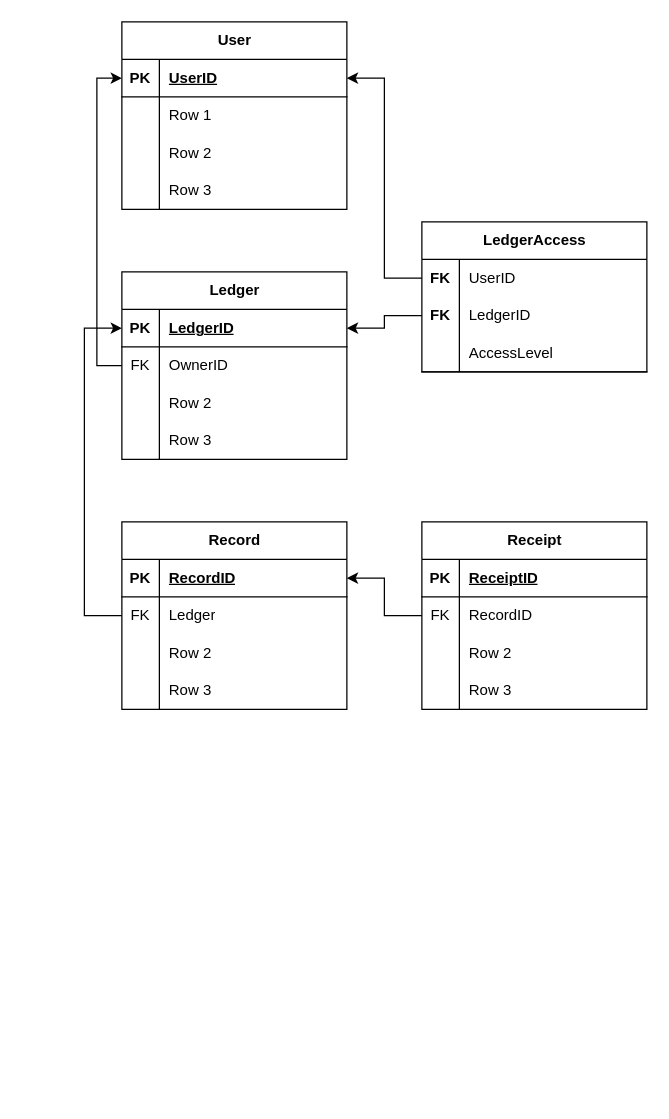
Above: page "ER-diagram" (3 of 3) of document/未命名绘图.drawio in ntnu-OOAD/OOAD_project_backend (draw.io), before the change. Source tidied: cells renumbered, new cells numbered last; positions are measured from the earlier drawing's top-left corner, leaving out a move shared by most shapes. Both pictures are drawn from the tidied source at 125%, with x=0, y=0 at pixel (84, 21).
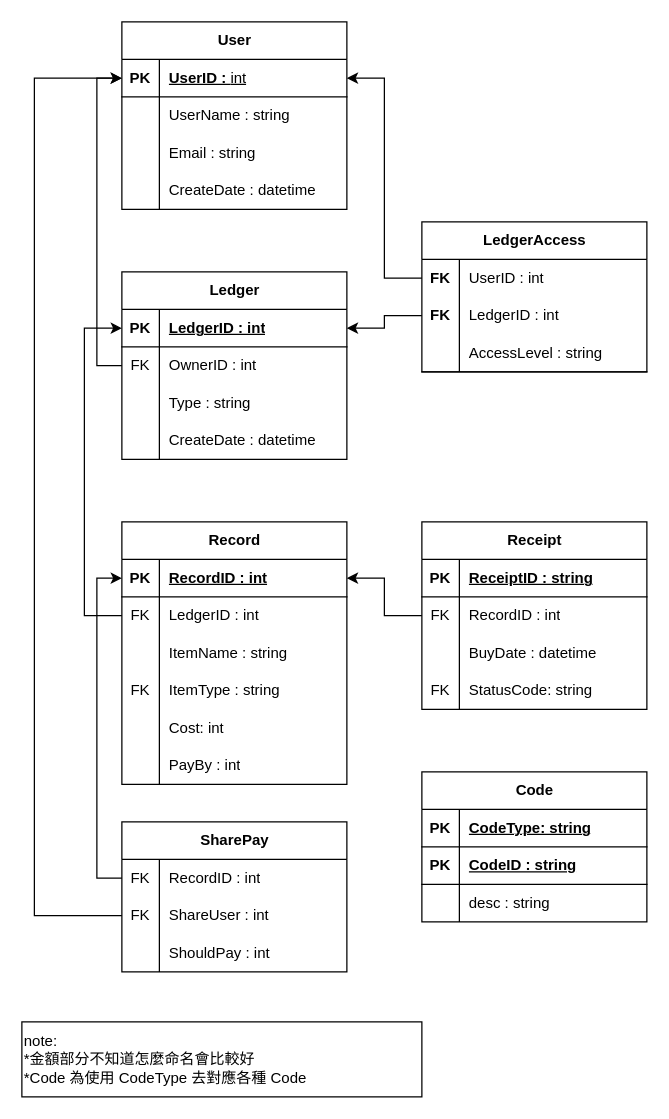
The same page after the edit.

Commit message:
doc: ERD Table新增& Table欄位屬性

The change refers to these unchanged cells:
```xml
<mxCell id="4" style="shape=tableRow;horizontal=0;startSize=0;swimlaneHead=0;swimlaneBody=0;fillColor=none;top=0;left=0;right=0;bottom=1;" parent="3" vertex="1">
  <mxGeometry y="30" width="180" height="30" as="geometry" />
</mxCell>
<mxCell id="7" style="shape=tableRow;horizontal=0;startSize=0;swimlaneHead=0;swimlaneBody=0;fillColor=none;top=0;left=0;right=0;bottom=0;" parent="3" vertex="1">
  <mxGeometry y="60" width="180" height="30" as="geometry" />
</mxCell>
<mxCell id="10" style="shape=tableRow;horizontal=0;startSize=0;swimlaneHead=0;swimlaneBody=0;fillColor=none;top=0;left=0;right=0;bottom=0;" parent="3" vertex="1">
  <mxGeometry y="90" width="180" height="30" as="geometry" />
</mxCell>
<mxCell id="13" style="shape=tableRow;horizontal=0;startSize=0;swimlaneHead=0;swimlaneBody=0;fillColor=none;top=0;left=0;right=0;bottom=0;" parent="3" vertex="1">
  <mxGeometry y="120" width="180" height="30" as="geometry" />
</mxCell>
<mxCell id="17" style="shape=tableRow;horizontal=0;startSize=0;swimlaneHead=0;swimlaneBody=0;fillColor=none;points=[[0,0.5],[1,0.5]];portConstraint=eastwest;top=0;left=0;right=0;bottom=1;" parent="16" vertex="1">
  <mxGeometry y="30" width="180" height="30" as="geometry" />
</mxCell>
<mxCell id="20" style="shape=tableRow;horizontal=0;startSize=0;swimlaneHead=0;swimlaneBody=0;fillColor=none;points=[[0,0.5],[1,0.5]];portConstraint=eastwest;top=0;left=0;right=0;bottom=0;" parent="16" vertex="1">
  <mxGeometry y="60" width="180" height="30" as="geometry" />
</mxCell>
<mxCell id="23" style="shape=tableRow;horizontal=0;startSize=0;swimlaneHead=0;swimlaneBody=0;fillColor=none;top=0;left=0;right=0;bottom=0;" parent="16" vertex="1">
  <mxGeometry y="90" width="180" height="30" as="geometry" />
</mxCell>
<mxCell id="26" style="shape=tableRow;horizontal=0;startSize=0;swimlaneHead=0;swimlaneBody=0;fillColor=none;top=0;left=0;right=0;bottom=0;" parent="16" vertex="1">
  <mxGeometry y="120" width="180" height="30" as="geometry" />
</mxCell>
<mxCell id="30" style="shape=tableRow;horizontal=0;startSize=0;swimlaneHead=0;swimlaneBody=0;fillColor=none;points=[[0,0.5],[1,0.5]];portConstraint=eastwest;top=0;left=0;right=0;bottom=1;" parent="29" vertex="1">
  <mxGeometry y="30" width="180" height="30" as="geometry" />
</mxCell>
<mxCell id="33" style="shape=tableRow;horizontal=0;startSize=0;swimlaneHead=0;swimlaneBody=0;fillColor=none;points=[[0,0.5],[1,0.5]];portConstraint=eastwest;top=0;left=0;right=0;bottom=0;" parent="29" vertex="1">
  <mxGeometry y="60" width="180" height="30" as="geometry" />
</mxCell>
<mxCell id="36" style="shape=tableRow;horizontal=0;startSize=0;swimlaneHead=0;swimlaneBody=0;fillColor=none;top=0;left=0;right=0;bottom=0;" parent="29" vertex="1">
  <mxGeometry y="90" width="180" height="30" as="geometry" />
</mxCell>
<mxCell id="39" style="shape=tableRow;horizontal=0;startSize=0;swimlaneHead=0;swimlaneBody=0;fillColor=none;top=0;left=0;right=0;bottom=0;" parent="29" vertex="1">
  <mxGeometry y="120" width="180" height="30" as="geometry" />
</mxCell>
<mxCell id="43" style="shape=tableRow;horizontal=0;startSize=0;swimlaneHead=0;swimlaneBody=0;fillColor=none;points=[[0,0.5],[1,0.5]];portConstraint=eastwest;top=0;left=0;right=0;bottom=1;" parent="42" vertex="1">
  <mxGeometry y="30" width="180" height="30" as="geometry" />
</mxCell>
<mxCell id="46" style="shape=tableRow;horizontal=0;startSize=0;swimlaneHead=0;swimlaneBody=0;fillColor=none;top=0;left=0;right=0;bottom=0;" parent="42" vertex="1">
  <mxGeometry y="60" width="180" height="30" as="geometry" />
</mxCell>
<mxCell id="49" style="shape=tableRow;horizontal=0;startSize=0;swimlaneHead=0;swimlaneBody=0;fillColor=none;top=0;left=0;right=0;bottom=0;" parent="42" vertex="1">
  <mxGeometry y="90" width="180" height="30" as="geometry" />
</mxCell>
<mxCell id="52" style="shape=tableRow;horizontal=0;startSize=0;swimlaneHead=0;swimlaneBody=0;fillColor=none;top=0;left=0;right=0;bottom=0;" parent="42" vertex="1">
  <mxGeometry y="120" width="180" height="30" as="geometry" />
</mxCell>
<mxCell id="56" style="shape=tableRow;horizontal=0;startSize=0;swimlaneHead=0;swimlaneBody=0;fillColor=none;points=[[0,0.5],[1,0.5]];portConstraint=eastwest;top=0;left=0;right=0;bottom=0;" parent="55" vertex="1">
  <mxGeometry y="30" width="180" height="30" as="geometry" />
</mxCell>
<mxCell id="59" style="shape=tableRow;horizontal=0;startSize=0;swimlaneHead=0;swimlaneBody=0;fillColor=none;points=[[0,0.5],[1,0.5]];portConstraint=eastwest;top=0;left=0;right=0;bottom=0;" parent="55" vertex="1">
  <mxGeometry y="60" width="180" height="30" as="geometry" />
</mxCell>
<mxCell id="62" style="shape=tableRow;horizontal=0;startSize=0;swimlaneHead=0;swimlaneBody=0;fillColor=none;top=0;left=0;right=0;bottom=1;" parent="55" vertex="1">
  <mxGeometry y="90" width="180" height="30" as="geometry" />
</mxCell>
```

The edit, as a diff of the source:
```diff
@@
-    <mxCell id="6" value="ReceiptID" style="shape=partialRectangle;fillColor=none;top=0;left=0;bottom=0;right=0;align=left;spacingLeft=6;fontStyle=5;overflow=hidden;whiteSpace=wrap;html=1;" parent="4" vertex="1">
+    <mxCell id="6" value="ReceiptID : string" style="shape=partialRectangle;fillColor=none;top=0;left=0;bottom=0;right=0;align=left;spacingLeft=6;fontStyle=5;overflow=hidden;whiteSpace=wrap;html=1;" parent="4" vertex="1">
       <mxGeometry x="30" width="150" height="30" as="geometry" />
     </mxCell>
@@
-    <mxCell id="9" value="RecordID" style="shape=partialRectangle;fillColor=none;top=0;left=0;bottom=0;right=0;align=left;spacingLeft=6;overflow=hidden;whiteSpace=wrap;html=1;" parent="7" vertex="1">
+    <mxCell id="9" value="RecordID : int" style="shape=partialRectangle;fillColor=none;top=0;left=0;bottom=0;right=0;align=left;spacingLeft=6;overflow=hidden;whiteSpace=wrap;html=1;" parent="7" vertex="1">
       <mxGeometry x="30" width="150" height="30" as="geometry" />
     </mxCell>
@@
-    <mxCell id="12" value="Row 2" style="shape=partialRectangle;fillColor=none;top=0;left=0;bottom=0;right=0;align=left;spacingLeft=6;overflow=hidden;whiteSpace=wrap;html=1;" parent="10" vertex="1">
+    <mxCell id="12" value="BuyDate : datetime" style="shape=partialRectangle;fillColor=none;top=0;left=0;bottom=0;right=0;align=left;spacingLeft=6;overflow=hidden;whiteSpace=wrap;html=1;" parent="10" vertex="1">
       <mxGeometry x="30" width="150" height="30" as="geometry" />
     </mxCell>
@@
-    <mxCell id="14" style="shape=partialRectangle;fillColor=none;top=0;left=0;bottom=0;right=0;overflow=hidden;whiteSpace=wrap;html=1;" parent="13" vertex="1">
+    <mxCell id="14" value="FK" style="shape=partialRectangle;fillColor=none;top=0;left=0;bottom=0;right=0;overflow=hidden;whiteSpace=wrap;html=1;" parent="13" vertex="1">
       <mxGeometry width="30" height="30" as="geometry" />
     </mxCell>
-    <mxCell id="15" value="Row 3" style="shape=partialRectangle;fillColor=none;top=0;left=0;bottom=0;right=0;align=left;spacingLeft=6;overflow=hidden;whiteSpace=wrap;html=1;" parent="13" vertex="1">
+    <mxCell id="15" value="StatusCode: string" style="shape=partialRectangle;fillColor=none;top=0;left=0;bottom=0;right=0;align=left;spacingLeft=6;overflow=hidden;whiteSpace=wrap;html=1;" parent="13" vertex="1">
       <mxGeometry x="30" width="150" height="30" as="geometry" />
     </mxCell>
@@
-    <mxCell id="19" value="LedgerID" style="shape=partialRectangle;fillColor=none;top=0;left=0;bottom=0;right=0;align=left;spacingLeft=6;fontStyle=5;overflow=hidden;whiteSpace=wrap;html=1;" parent="17" vertex="1">
+    <mxCell id="19" value="LedgerID : int" style="shape=partialRectangle;fillColor=none;top=0;left=0;bottom=0;right=0;align=left;spacingLeft=6;fontStyle=5;overflow=hidden;whiteSpace=wrap;html=1;" parent="17" vertex="1">
       <mxGeometry x="30" width="150" height="30" as="geometry" />
     </mxCell>
@@
-    <mxCell id="22" value="OwnerID" style="shape=partialRectangle;fillColor=none;top=0;left=0;bottom=0;right=0;align=left;spacingLeft=6;overflow=hidden;whiteSpace=wrap;html=1;" parent="20" vertex="1">
+    <mxCell id="22" value="OwnerID : int" style="shape=partialRectangle;fillColor=none;top=0;left=0;bottom=0;right=0;align=left;spacingLeft=6;overflow=hidden;whiteSpace=wrap;html=1;" parent="20" vertex="1">
       <mxGeometry x="30" width="150" height="30" as="geometry" />
     </mxCell>
@@
-    <mxCell id="25" value="Row 2" style="shape=partialRectangle;fillColor=none;top=0;left=0;bottom=0;right=0;align=left;spacingLeft=6;overflow=hidden;whiteSpace=wrap;html=1;" parent="23" vertex="1">
+    <mxCell id="25" value="Type : string" style="shape=partialRectangle;fillColor=none;top=0;left=0;bottom=0;right=0;align=left;spacingLeft=6;overflow=hidden;whiteSpace=wrap;html=1;" parent="23" vertex="1">
       <mxGeometry x="30" width="150" height="30" as="geometry" />
     </mxCell>
@@
-    <mxCell id="28" value="Row 3" style="shape=partialRectangle;fillColor=none;top=0;left=0;bottom=0;right=0;align=left;spacingLeft=6;overflow=hidden;whiteSpace=wrap;html=1;" parent="26" vertex="1">
+    <mxCell id="28" value="CreateDate : datetime" style="shape=partialRectangle;fillColor=none;top=0;left=0;bottom=0;right=0;align=left;spacingLeft=6;overflow=hidden;whiteSpace=wrap;html=1;" parent="26" vertex="1">
       <mxGeometry x="30" width="150" height="30" as="geometry" />
     </mxCell>
     <mxCell id="29" value="Record" style="shape=table;startSize=30;childLayout=tableLayout;rowLines=0;fontStyle=1;align=center;html=1;" parent="1" vertex="1">
-      <mxGeometry x="30" y="400" width="180" height="150" as="geometry" />
+      <mxGeometry x="30" y="400" width="180" height="210" as="geometry" />
     </mxCell>
@@
-    <mxCell id="32" value="RecordID" style="shape=partialRectangle;fillColor=none;top=0;left=0;bottom=0;right=0;align=left;spacingLeft=6;fontStyle=5;overflow=hidden;whiteSpace=wrap;html=1;" parent="30" vertex="1">
+    <mxCell id="32" value="RecordID : int" style="shape=partialRectangle;fillColor=none;top=0;left=0;bottom=0;right=0;align=left;spacingLeft=6;fontStyle=5;overflow=hidden;whiteSpace=wrap;html=1;" parent="30" vertex="1">
       <mxGeometry x="30" width="150" height="30" as="geometry" />
     </mxCell>
@@
-    <mxCell id="35" value="Ledger" style="shape=partialRectangle;fillColor=none;top=0;left=0;bottom=0;right=0;align=left;spacingLeft=6;overflow=hidden;whiteSpace=wrap;html=1;" parent="33" vertex="1">
+    <mxCell id="35" value="LedgerID : int" style="shape=partialRectangle;fillColor=none;top=0;left=0;bottom=0;right=0;align=left;spacingLeft=6;overflow=hidden;whiteSpace=wrap;html=1;" parent="33" vertex="1">
       <mxGeometry x="30" width="150" height="30" as="geometry" />
     </mxCell>
@@
-    <mxCell id="38" value="Row 2" style="shape=partialRectangle;fillColor=none;top=0;left=0;bottom=0;right=0;align=left;spacingLeft=6;overflow=hidden;whiteSpace=wrap;html=1;" parent="36" vertex="1">
+    <mxCell id="38" value="ItemName : string" style="shape=partialRectangle;fillColor=none;top=0;left=0;bottom=0;right=0;align=left;spacingLeft=6;overflow=hidden;whiteSpace=wrap;html=1;" parent="36" vertex="1">
       <mxGeometry x="30" width="150" height="30" as="geometry" />
     </mxCell>
@@
-    <mxCell id="40" style="shape=partialRectangle;fillColor=none;top=0;left=0;bottom=0;right=0;overflow=hidden;whiteSpace=wrap;html=1;" parent="39" vertex="1">
+    <mxCell id="40" value="FK" style="shape=partialRectangle;fillColor=none;top=0;left=0;bottom=0;right=0;overflow=hidden;whiteSpace=wrap;html=1;" parent="39" vertex="1">
       <mxGeometry width="30" height="30" as="geometry" />
     </mxCell>
-    <mxCell id="41" value="Row 3" style="shape=partialRectangle;fillColor=none;top=0;left=0;bottom=0;right=0;align=left;spacingLeft=6;overflow=hidden;whiteSpace=wrap;html=1;" parent="39" vertex="1">
+    <mxCell id="41" value="ItemType : string" style="shape=partialRectangle;fillColor=none;top=0;left=0;bottom=0;right=0;align=left;spacingLeft=6;overflow=hidden;whiteSpace=wrap;html=1;" parent="39" vertex="1">
       <mxGeometry x="30" width="150" height="30" as="geometry" />
     </mxCell>
+    <mxCell id="69" style="shape=tableRow;horizontal=0;startSize=0;swimlaneHead=0;swimlaneBody=0;fillColor=none;top=0;left=0;right=0;bottom=0;" parent="29" vertex="1">
+      <mxGeometry y="150" width="180" height="30" as="geometry" />
+    </mxCell>
+    <mxCell id="70" style="shape=partialRectangle;fillColor=none;top=0;left=0;bottom=0;right=0;overflow=hidden;whiteSpace=wrap;html=1;" parent="69" vertex="1">
+      <mxGeometry width="30" height="30" as="geometry" />
+    </mxCell>
+    <mxCell id="71" value="Cost: int" style="shape=partialRectangle;fillColor=none;top=0;left=0;bottom=0;right=0;align=left;spacingLeft=6;overflow=hidden;whiteSpace=wrap;html=1;" parent="69" vertex="1">
+      <mxGeometry x="30" width="150" height="30" as="geometry" />
+    </mxCell>
+    <mxCell id="72" style="shape=tableRow;horizontal=0;startSize=0;swimlaneHead=0;swimlaneBody=0;fillColor=none;top=0;left=0;right=0;bottom=0;" parent="29" vertex="1">
+      <mxGeometry y="180" width="180" height="30" as="geometry" />
+    </mxCell>
+    <mxCell id="73" style="shape=partialRectangle;fillColor=none;top=0;left=0;bottom=0;right=0;overflow=hidden;whiteSpace=wrap;html=1;" parent="72" vertex="1">
+      <mxGeometry width="30" height="30" as="geometry" />
+    </mxCell>
+    <mxCell id="74" value="PayBy : int" style="shape=partialRectangle;fillColor=none;top=0;left=0;bottom=0;right=0;align=left;spacingLeft=6;overflow=hidden;whiteSpace=wrap;html=1;" parent="72" vertex="1">
+      <mxGeometry x="30" width="150" height="30" as="geometry" />
+    </mxCell>
@@
-    <mxCell id="45" value="UserID" style="shape=partialRectangle;fillColor=none;top=0;left=0;bottom=0;right=0;align=left;spacingLeft=6;fontStyle=5;overflow=hidden;whiteSpace=wrap;html=1;" parent="43" vertex="1">
+    <mxCell id="45" value="UserID :&amp;nbsp;&lt;span style=&quot;font-weight: normal;&quot;&gt;int&lt;/span&gt;" style="shape=partialRectangle;fillColor=none;top=0;left=0;bottom=0;right=0;align=left;spacingLeft=6;fontStyle=5;overflow=hidden;whiteSpace=wrap;html=1;" parent="43" vertex="1">
       <mxGeometry x="30" width="150" height="30" as="geometry" />
     </mxCell>
@@
-    <mxCell id="48" value="Row 1" style="shape=partialRectangle;fillColor=none;top=0;left=0;bottom=0;right=0;align=left;spacingLeft=6;overflow=hidden;whiteSpace=wrap;html=1;" parent="46" vertex="1">
+    <mxCell id="48" value="UserName : string" style="shape=partialRectangle;fillColor=none;top=0;left=0;bottom=0;right=0;align=left;spacingLeft=6;overflow=hidden;whiteSpace=wrap;html=1;" parent="46" vertex="1">
       <mxGeometry x="30" width="150" height="30" as="geometry" />
     </mxCell>
@@
-    <mxCell id="51" value="Row 2" style="shape=partialRectangle;fillColor=none;top=0;left=0;bottom=0;right=0;align=left;spacingLeft=6;overflow=hidden;whiteSpace=wrap;html=1;" parent="49" vertex="1">
+    <mxCell id="51" value="Email : string" style="shape=partialRectangle;fillColor=none;top=0;left=0;bottom=0;right=0;align=left;spacingLeft=6;overflow=hidden;whiteSpace=wrap;html=1;" parent="49" vertex="1">
       <mxGeometry x="30" width="150" height="30" as="geometry" />
     </mxCell>
@@
-    <mxCell id="54" value="Row 3" style="shape=partialRectangle;fillColor=none;top=0;left=0;bottom=0;right=0;align=left;spacingLeft=6;overflow=hidden;whiteSpace=wrap;html=1;" parent="52" vertex="1">
+    <mxCell id="54" value="CreateDate : datetime" style="shape=partialRectangle;fillColor=none;top=0;left=0;bottom=0;right=0;align=left;spacingLeft=6;overflow=hidden;whiteSpace=wrap;html=1;" parent="52" vertex="1">
       <mxGeometry x="30" width="150" height="30" as="geometry" />
     </mxCell>
@@
-    <mxCell id="58" value="UserID" style="shape=partialRectangle;fillColor=none;top=0;left=0;bottom=0;right=0;align=left;spacingLeft=6;overflow=hidden;whiteSpace=wrap;html=1;" parent="56" vertex="1">
+    <mxCell id="58" value="UserID : int" style="shape=partialRectangle;fillColor=none;top=0;left=0;bottom=0;right=0;align=left;spacingLeft=6;overflow=hidden;whiteSpace=wrap;html=1;" parent="56" vertex="1">
       <mxGeometry x="30" width="150" height="30" as="geometry" />
     </mxCell>
@@
-    <mxCell id="61" value="LedgerID" style="shape=partialRectangle;fillColor=none;top=0;left=0;bottom=0;right=0;align=left;spacingLeft=6;overflow=hidden;whiteSpace=wrap;html=1;" parent="59" vertex="1">
+    <mxCell id="61" value="LedgerID : int" style="shape=partialRectangle;fillColor=none;top=0;left=0;bottom=0;right=0;align=left;spacingLeft=6;overflow=hidden;whiteSpace=wrap;html=1;" parent="59" vertex="1">
       <mxGeometry x="30" width="150" height="30" as="geometry" />
     </mxCell>
@@
-    <mxCell id="64" value="AccessLevel" style="shape=partialRectangle;fillColor=none;top=0;left=0;bottom=0;right=0;align=left;spacingLeft=6;fontStyle=0;overflow=hidden;whiteSpace=wrap;html=1;flipV=1;flipH=1;" parent="62" vertex="1">
+    <mxCell id="64" value="AccessLevel : string" style="shape=partialRectangle;fillColor=none;top=0;left=0;bottom=0;right=0;align=left;spacingLeft=6;fontStyle=0;overflow=hidden;whiteSpace=wrap;html=1;flipV=1;flipH=1;" parent="62" vertex="1">
       <mxGeometry x="30" width="150" height="30" as="geometry" />
     </mxCell>
@@
+    <mxCell id="75" value="Code" style="shape=table;startSize=30;childLayout=tableLayout;rowLines=0;fontStyle=1;align=center;html=1;" parent="1" vertex="1">
+      <mxGeometry x="270" y="600" width="180" height="120" as="geometry" />
+    </mxCell>
+    <mxCell id="76" style="shape=tableRow;horizontal=0;startSize=0;swimlaneHead=0;swimlaneBody=0;fillColor=none;top=0;left=0;right=0;bottom=1;" parent="75" vertex="1">
+      <mxGeometry y="30" width="180" height="30" as="geometry" />
+    </mxCell>
+    <mxCell id="77" value="PK" style="shape=partialRectangle;fillColor=none;top=0;left=0;bottom=0;right=0;fontStyle=1;overflow=hidden;whiteSpace=wrap;html=1;" parent="76" vertex="1">
+      <mxGeometry width="30" height="30" as="geometry" />
+    </mxCell>
+    <mxCell id="78" value="CodeType: string" style="shape=partialRectangle;fillColor=none;top=0;left=0;bottom=0;right=0;align=left;spacingLeft=6;fontStyle=5;overflow=hidden;whiteSpace=wrap;html=1;" parent="76" vertex="1">
+      <mxGeometry x="30" width="150" height="30" as="geometry" />
+    </mxCell>
+    <mxCell id="79" style="shape=tableRow;horizontal=0;startSize=0;swimlaneHead=0;swimlaneBody=0;fillColor=none;top=0;left=0;right=0;bottom=1;" parent="75" vertex="1">
+      <mxGeometry y="60" width="180" height="30" as="geometry" />
+    </mxCell>
+    <mxCell id="80" value="PK" style="shape=partialRectangle;fillColor=none;top=0;left=0;bottom=0;right=0;fontStyle=1;overflow=hidden;whiteSpace=wrap;html=1;" parent="79" vertex="1">
+      <mxGeometry width="30" height="30" as="geometry" />
+    </mxCell>
+    <mxCell id="81" value="CodeID : string" style="shape=partialRectangle;fillColor=none;top=0;left=0;bottom=0;right=0;align=left;spacingLeft=6;fontStyle=5;overflow=hidden;whiteSpace=wrap;html=1;" parent="79" vertex="1">
+      <mxGeometry x="30" width="150" height="30" as="geometry" />
+    </mxCell>
+    <mxCell id="82" style="shape=tableRow;horizontal=0;startSize=0;swimlaneHead=0;swimlaneBody=0;fillColor=none;top=0;left=0;right=0;bottom=0;" parent="75" vertex="1">
+      <mxGeometry y="90" width="180" height="30" as="geometry" />
+    </mxCell>
+    <mxCell id="83" style="shape=partialRectangle;fillColor=none;top=0;left=0;bottom=0;right=0;overflow=hidden;whiteSpace=wrap;html=1;" parent="82" vertex="1">
+      <mxGeometry width="30" height="30" as="geometry" />
+    </mxCell>
+    <mxCell id="84" value="desc : string" style="shape=partialRectangle;fillColor=none;top=0;left=0;bottom=0;right=0;align=left;spacingLeft=6;overflow=hidden;whiteSpace=wrap;html=1;" parent="82" vertex="1">
+      <mxGeometry x="30" width="150" height="30" as="geometry" />
+    </mxCell>
+    <mxCell id="85" value="SharePay" style="shape=table;startSize=30;childLayout=tableLayout;rowLines=0;fontStyle=1;align=center;html=1;" parent="1" vertex="1">
+      <mxGeometry x="30" y="640" width="180" height="120" as="geometry" />
+    </mxCell>
+    <mxCell id="86" style="shape=tableRow;horizontal=0;startSize=0;swimlaneHead=0;swimlaneBody=0;fillColor=none;points=[[0,0.5],[1,0.5]];portConstraint=eastwest;top=0;left=0;right=0;bottom=0;" parent="85" vertex="1">
+      <mxGeometry y="30" width="180" height="30" as="geometry" />
+    </mxCell>
+    <mxCell id="87" value="FK" style="shape=partialRectangle;fillColor=none;top=0;left=0;bottom=0;right=0;overflow=hidden;whiteSpace=wrap;html=1;" parent="86" vertex="1">
+      <mxGeometry width="30" height="30" as="geometry" />
+    </mxCell>
+    <mxCell id="88" value="RecordID : int" style="shape=partialRectangle;fillColor=none;top=0;left=0;bottom=0;right=0;align=left;spacingLeft=6;overflow=hidden;whiteSpace=wrap;html=1;" parent="86" vertex="1">
+      <mxGeometry x="30" width="150" height="30" as="geometry" />
+    </mxCell>
+    <mxCell id="89" style="shape=tableRow;horizontal=0;startSize=0;swimlaneHead=0;swimlaneBody=0;fillColor=none;points=[[0,0.5],[1,0.5]];portConstraint=eastwest;top=0;left=0;right=0;bottom=0;" parent="85" vertex="1">
+      <mxGeometry y="60" width="180" height="30" as="geometry" />
+    </mxCell>
+    <mxCell id="90" value="FK" style="shape=partialRectangle;fillColor=none;top=0;left=0;bottom=0;right=0;overflow=hidden;whiteSpace=wrap;html=1;" parent="89" vertex="1">
+      <mxGeometry width="30" height="30" as="geometry" />
+    </mxCell>
+    <mxCell id="91" value="ShareUser : int" style="shape=partialRectangle;fillColor=none;top=0;left=0;bottom=0;right=0;align=left;spacingLeft=6;overflow=hidden;whiteSpace=wrap;html=1;" parent="89" vertex="1">
+      <mxGeometry x="30" width="150" height="30" as="geometry" />
+    </mxCell>
+    <mxCell id="92" style="shape=tableRow;horizontal=0;startSize=0;swimlaneHead=0;swimlaneBody=0;fillColor=none;top=0;left=0;right=0;bottom=0;" parent="85" vertex="1">
+      <mxGeometry y="90" width="180" height="30" as="geometry" />
+    </mxCell>
+    <mxCell id="93" style="shape=partialRectangle;fillColor=none;top=0;left=0;bottom=0;right=0;overflow=hidden;whiteSpace=wrap;html=1;" parent="92" vertex="1">
+      <mxGeometry width="30" height="30" as="geometry" />
+    </mxCell>
+    <mxCell id="94" value="ShouldPay : int" style="shape=partialRectangle;fillColor=none;top=0;left=0;bottom=0;right=0;align=left;spacingLeft=6;overflow=hidden;whiteSpace=wrap;html=1;" parent="92" vertex="1">
+      <mxGeometry x="30" width="150" height="30" as="geometry" />
+    </mxCell>
+    <mxCell id="95" style="edgeStyle=orthogonalEdgeStyle;rounded=0;jettySize=auto;html=1;entryX=0;entryY=0.5;entryDx=0;entryDy=0;" parent="1" edge="1" source="86" target="30">
+      <mxGeometry relative="1" as="geometry" />
+    </mxCell>
+    <mxCell id="96" style="edgeStyle=orthogonalEdgeStyle;rounded=0;jettySize=auto;html=1;entryX=0;entryY=0.5;entryDx=0;entryDy=0;" parent="1" edge="1" source="89" target="43">
+      <mxGeometry relative="1" as="geometry">
+        <Array as="points">
+          <mxPoint x="-40" y="715" />
+          <mxPoint x="-40" y="45" />
+        </Array>
+      </mxGeometry>
+    </mxCell>
+    <mxCell id="97" value="note:&lt;br&gt;*金額部分不知道怎麼命名會比較好&lt;br&gt;*Code 為使用 CodeType 去對應各種 Code" style="rounded=0;whiteSpace=wrap;html=1;align=left;" parent="1" vertex="1">
+      <mxGeometry x="-50" y="800" width="320" height="60" as="geometry" />
+    </mxCell>
```
